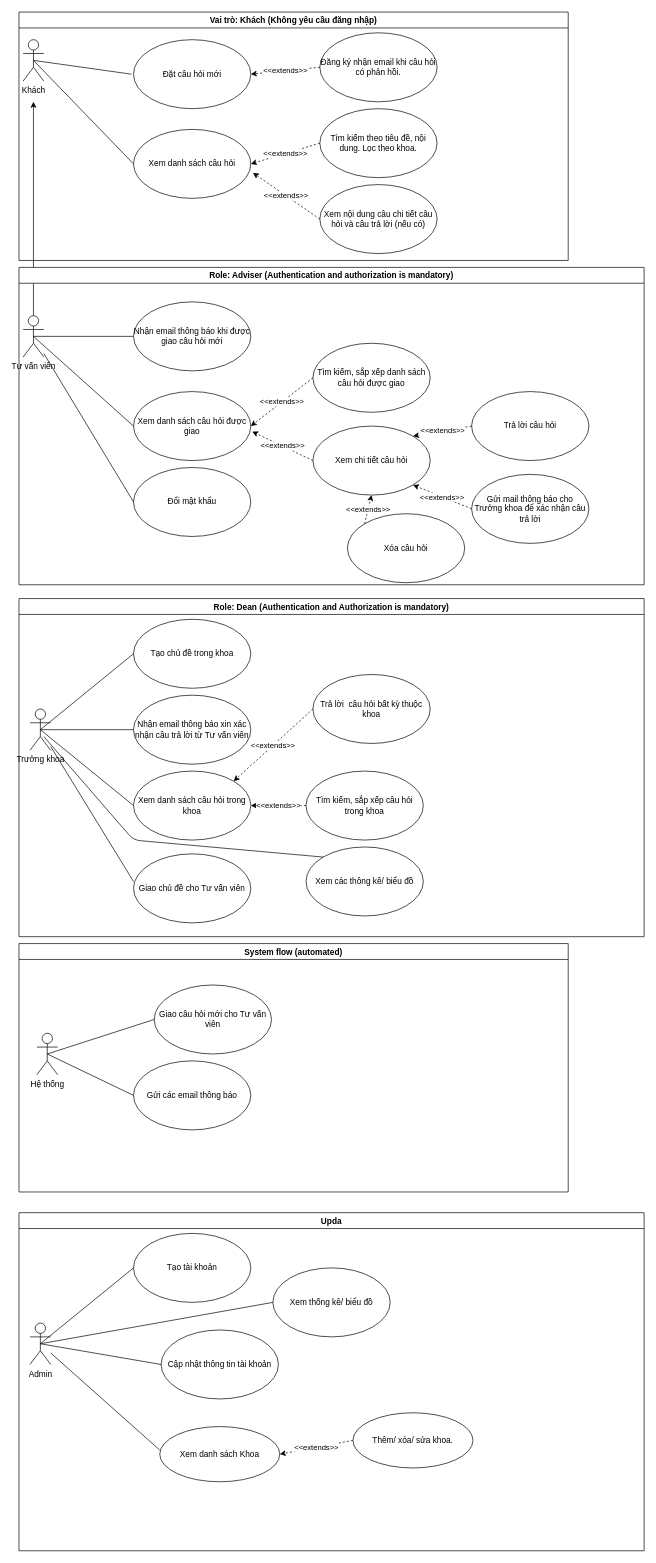
Earlier version of the draw.io diagram page "Copy of Page-1" (2 of 2) of TLCN.drawio (lvtute/all-in-1). Source tidied: cells renumbered, new cells numbered last; positions are measured from the earlier drawing's top-left corner, leaving out a move shared by most shapes. Both pictures are drawn from the tidied source at 69%, with x=0, y=0 at pixel (19, 12).
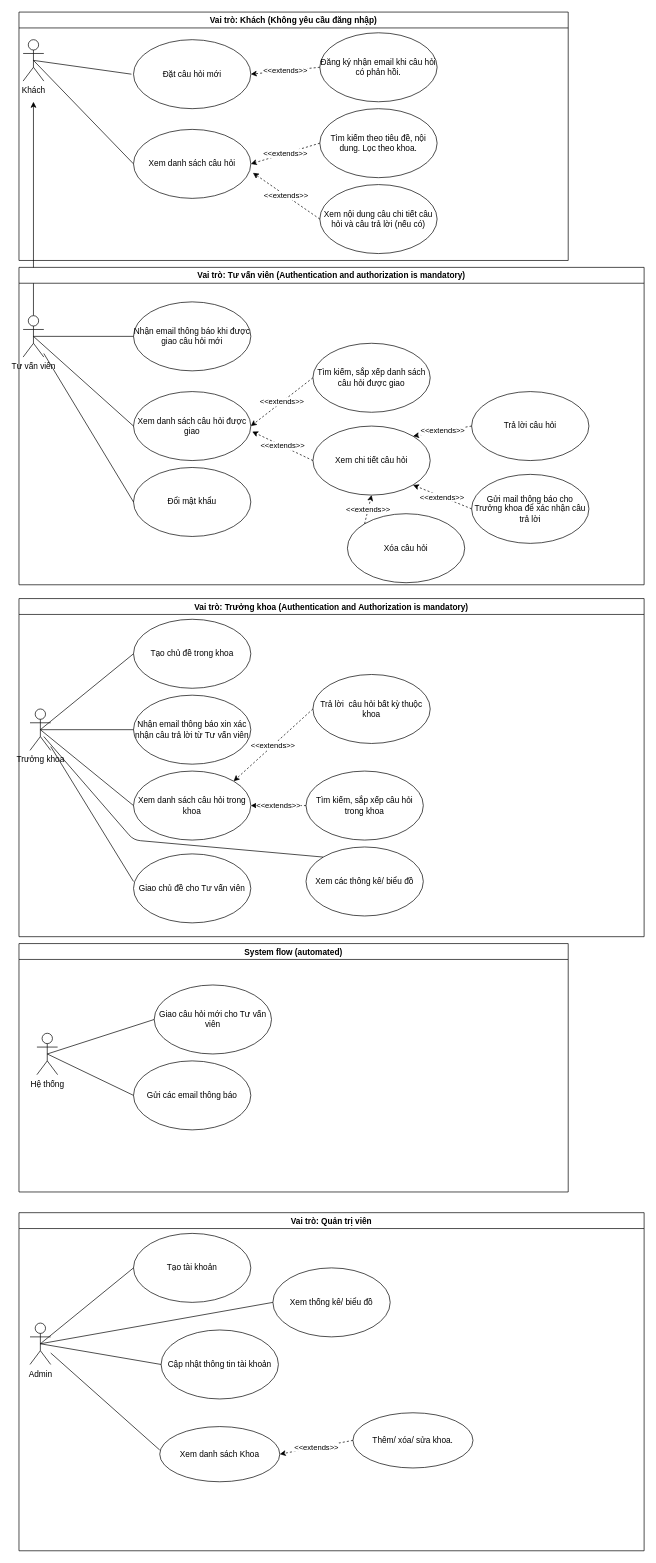
After the change.

Commit message (it also covers changes not shown here):
fix dean reply quuestion

Diff of the diagram source:
```diff
@@
-    <mxCell id="15" value="Role: Adviser (Authentication and authorization is mandatory)" style="swimlane;" parent="1" vertex="1">
+    <mxCell id="15" value="Vai trò: Tư vấn viên (Authentication and authorization is mandatory)" style="swimlane;" parent="1" vertex="1">
       <mxGeometry y="370" width="906" height="460" as="geometry" />
     </mxCell>
@@
-    <mxCell id="33" value="Role: Dean (Authentication and Authorization is mandatory)" style="swimlane;" parent="1" vertex="1">
+    <mxCell id="33" value="Vai trò: Trưởng khoa (Authentication and Authorization is mandatory)" style="swimlane;" parent="1" vertex="1">
       <mxGeometry y="850" width="906" height="490" as="geometry" />
     </mxCell>
@@
-    <mxCell id="55" value="Upda" style="swimlane;" parent="1" vertex="1">
+    <mxCell id="55" value="Vai trò: Quản trị viên" style="swimlane;" parent="1" vertex="1">
       <mxGeometry y="1740" width="906" height="490" as="geometry" />
     </mxCell>
```
